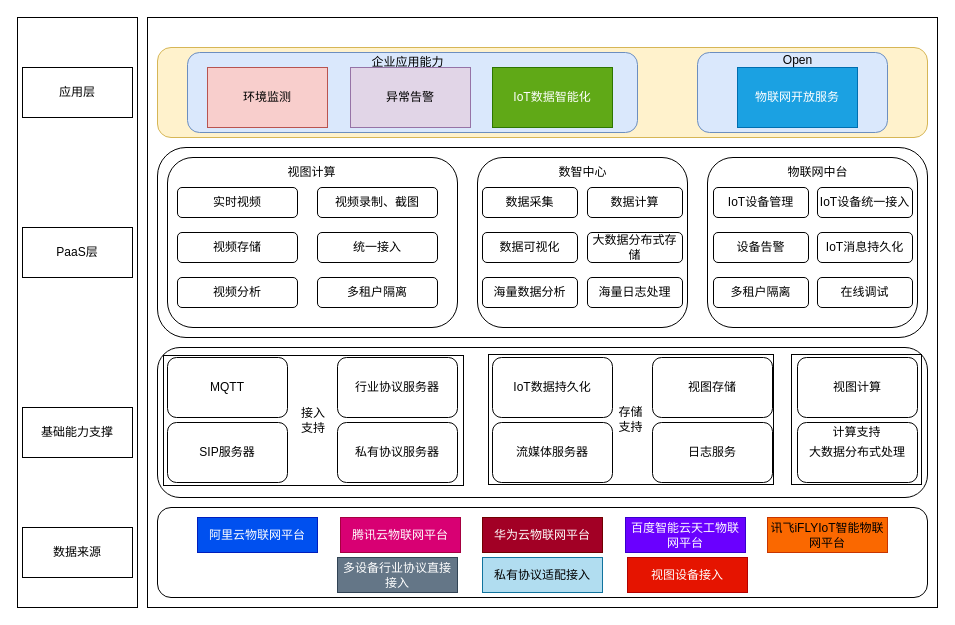
Before: 数智化中心IOT规划.drawio in Rain-ziyu/img, a draw.io diagram. Source tidied: cells renumbered, new cells numbered last; positions are measured from the earlier drawing's top-left corner, leaving out a move shared by most shapes. Both pictures are drawn from the tidied source at 100%, with x=0, y=0 at pixel (17, 17).
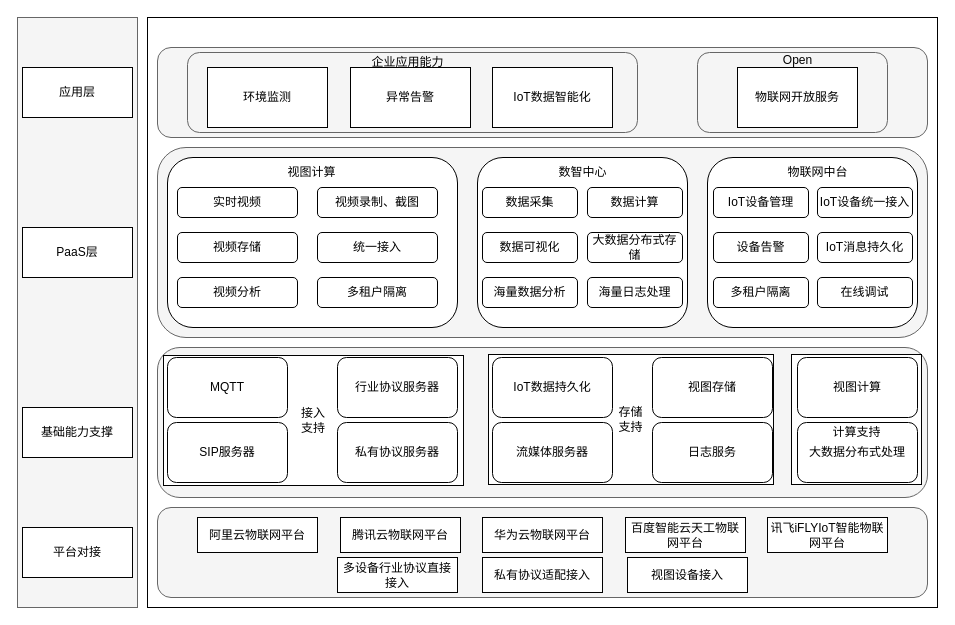
Above is the later version.

Commit message:
更新数智化中心IOT规划.drawio

The change refers to these unchanged cells:
```xml
<mxCell id="30" style="group;" parent="1" vertex="1">
  <mxGeometry x="190" y="50" width="405" height="60" as="geometry" />
</mxCell>
<mxCell id="37" style="group;" parent="36" vertex="1">
  <mxGeometry width="690" height="35" as="geometry" />
</mxCell>
<mxCell id="43" style="group;" parent="36" vertex="1">
  <mxGeometry x="140" y="40" width="410" height="35" as="geometry" />
</mxCell>
```

Change to the diagram source:
```diff
@@
-    <mxCell id="3" style="rounded=1;whiteSpace=wrap;html=1;" parent="1" vertex="1">
+    <mxCell id="3" style="rounded=1;whiteSpace=wrap;html=1;fillColor=#f5f5f5;fontColor=#333333;strokeColor=#666666;" parent="1" vertex="1">
       <mxGeometry x="140" y="330" width="770" height="150" as="geometry" />
     </mxCell>
-    <mxCell id="4" style="rounded=0;whiteSpace=wrap;html=1;" parent="1" vertex="1">
+    <mxCell id="4" style="rounded=0;whiteSpace=wrap;html=1;fillColor=#f5f5f5;fontColor=#333333;strokeColor=#666666;" parent="1" vertex="1">
       <mxGeometry width="120" height="590" as="geometry" />
     </mxCell>
-    <mxCell id="5" value="数据来源" style="rounded=0;whiteSpace=wrap;html=1;" parent="1" vertex="1">
+    <mxCell id="5" value="平台对接" style="rounded=0;whiteSpace=wrap;html=1;" parent="1" vertex="1">
       <mxGeometry x="5" y="510" width="110" height="50" as="geometry" />
     </mxCell>
@@
-    <mxCell id="9" style="rounded=1;whiteSpace=wrap;html=1;fillColor=#fff2cc;strokeColor=#d6b656;" parent="1" vertex="1">
+    <mxCell id="9" style="rounded=1;whiteSpace=wrap;html=1;fillColor=#f5f5f5;fontColor=#333333;strokeColor=#666666;" parent="1" vertex="1">
       <mxGeometry x="140" y="30" width="770" height="90" as="geometry" />
     </mxCell>
@@
-    <mxCell id="25" style="rounded=1;whiteSpace=wrap;html=1;fillColor=#dae8fc;strokeColor=#6c8ebf;" parent="1" vertex="1">
+    <mxCell id="25" style="rounded=1;whiteSpace=wrap;html=1;fillColor=#f5f5f5;fontColor=#333333;strokeColor=#666666;" parent="1" vertex="1">
       <mxGeometry x="680" y="35" width="190" height="80" as="geometry" />
     </mxCell>
-    <mxCell id="26" value="物联网开放服务" style="rounded=0;whiteSpace=wrap;html=1;fillColor=#1ba1e2;fontColor=#ffffff;strokeColor=#006EAF;" parent="1" vertex="1">
+    <mxCell id="26" value="物联网开放服务" style="rounded=0;whiteSpace=wrap;html=1;" parent="1" vertex="1">
       <mxGeometry x="720" y="50" width="120" height="60" as="geometry" />
     </mxCell>
-    <mxCell id="27" value="Open" style="text;html=1;align=center;verticalAlign=middle;strokeColor=none;fillColor=none;" parent="1" vertex="1">
+    <mxCell id="27" value="Open" style="text;html=1;align=center;verticalAlign=middle;" parent="1" vertex="1">
       <mxGeometry x="755" y="28" width="50" height="30" as="geometry" />
     </mxCell>
-    <mxCell id="28" style="rounded=1;whiteSpace=wrap;html=1;fillColor=#dae8fc;strokeColor=#6c8ebf;" parent="1" vertex="1">
+    <mxCell id="28" style="rounded=1;whiteSpace=wrap;html=1;fillColor=#f5f5f5;fontColor=#333333;strokeColor=#666666;" parent="1" vertex="1">
       <mxGeometry x="170" y="35" width="450" height="80" as="geometry" />
     </mxCell>
-    <mxCell id="29" value="企业应用能力" style="text;html=1;align=center;verticalAlign=middle;strokeColor=none;fillColor=none;" parent="1" vertex="1">
+    <mxCell id="29" value="企业应用能力" style="text;html=1;align=center;verticalAlign=middle;" parent="1" vertex="1">
       <mxGeometry x="340" y="30" width="100" height="30" as="geometry" />
     </mxCell>
@@
-    <mxCell id="31" value="环境监测" style="rounded=0;whiteSpace=wrap;html=1;fillColor=#f8cecc;strokeColor=#b85450;" parent="30" vertex="1">
+    <mxCell id="31" value="环境监测" style="rounded=0;whiteSpace=wrap;html=1;" parent="30" vertex="1">
       <mxGeometry width="120" height="60" as="geometry" />
     </mxCell>
-    <mxCell id="32" value="异常告警" style="rounded=0;whiteSpace=wrap;html=1;fillColor=#e1d5e7;strokeColor=#9673a6;" parent="30" vertex="1">
+    <mxCell id="32" value="异常告警" style="rounded=0;whiteSpace=wrap;html=1;" parent="30" vertex="1">
       <mxGeometry x="143" width="120" height="60" as="geometry" />
     </mxCell>
-    <mxCell id="33" value="IoT数据智能化" style="rounded=0;whiteSpace=wrap;html=1;fillColor=#60a917;fontColor=#ffffff;strokeColor=#2D7600;" parent="30" vertex="1">
+    <mxCell id="33" value="IoT数据智能化" style="rounded=0;whiteSpace=wrap;html=1;" parent="30" vertex="1">
       <mxGeometry x="285" width="120" height="60" as="geometry" />
     </mxCell>
-    <mxCell id="34" style="rounded=1;whiteSpace=wrap;html=1;" parent="1" vertex="1">
+    <mxCell id="34" style="rounded=1;whiteSpace=wrap;html=1;fillColor=#f5f5f5;fontColor=#333333;strokeColor=#666666;" parent="1" vertex="1">
       <mxGeometry x="140" y="130" width="770" height="190" as="geometry" />
     </mxCell>
-    <mxCell id="35" style="rounded=1;whiteSpace=wrap;html=1;" parent="1" vertex="1">
+    <mxCell id="35" style="rounded=1;whiteSpace=wrap;html=1;fillColor=#f5f5f5;fontColor=#333333;strokeColor=#666666;" parent="1" vertex="1">
       <mxGeometry x="140" y="490" width="770" height="90" as="geometry" />
     </mxCell>
@@
-    <mxCell id="38" value="阿里云物联网平台" style="rounded=0;whiteSpace=wrap;html=1;fillColor=#0050ef;fontColor=#ffffff;strokeColor=#001DBC;" parent="37" vertex="1">
+    <mxCell id="38" value="阿里云物联网平台" style="rounded=0;whiteSpace=wrap;html=1;" parent="37" vertex="1">
       <mxGeometry width="120" height="35" as="geometry" />
     </mxCell>
-    <mxCell id="39" value="腾讯云物联网平台" style="rounded=0;whiteSpace=wrap;html=1;fillColor=#d80073;fontColor=#ffffff;strokeColor=#A50040;" parent="37" vertex="1">
+    <mxCell id="39" value="腾讯云物联网平台" style="rounded=0;whiteSpace=wrap;html=1;" parent="37" vertex="1">
       <mxGeometry x="143" width="120" height="35" as="geometry" />
     </mxCell>
-    <mxCell id="40" value="华为云物联网平台" style="rounded=0;whiteSpace=wrap;html=1;fillColor=#a20025;fontColor=#ffffff;strokeColor=#6F0000;" parent="37" vertex="1">
+    <mxCell id="40" value="华为云物联网平台" style="rounded=0;whiteSpace=wrap;html=1;" parent="37" vertex="1">
       <mxGeometry x="285" width="120" height="35" as="geometry" />
     </mxCell>
-    <mxCell id="41" value="百度智能云天工物联网平台" style="rounded=0;whiteSpace=wrap;html=1;fillColor=#6a00ff;fontColor=#ffffff;strokeColor=#3700CC;" parent="37" vertex="1">
+    <mxCell id="41" value="百度智能云天工物联网平台" style="rounded=0;whiteSpace=wrap;html=1;" parent="37" vertex="1">
       <mxGeometry x="428" width="120" height="35" as="geometry" />
     </mxCell>
-    <mxCell id="42" value="讯飞iFLYIoT智能物联网平台" style="rounded=0;whiteSpace=wrap;html=1;fillColor=#fa6800;fontColor=#000000;strokeColor=#C73500;" parent="37" vertex="1">
+    <mxCell id="42" value="讯飞iFLYIoT智能物联网平台" style="rounded=0;whiteSpace=wrap;html=1;" parent="37" vertex="1">
       <mxGeometry x="570" width="120" height="35" as="geometry" />
     </mxCell>
@@
-    <mxCell id="44" value="多设备行业协议直接接入" style="rounded=0;whiteSpace=wrap;html=1;fillColor=#647687;fontColor=#ffffff;strokeColor=#314354;" parent="43" vertex="1">
+    <mxCell id="44" value="多设备行业协议直接接入" style="rounded=0;whiteSpace=wrap;html=1;" parent="43" vertex="1">
       <mxGeometry width="120" height="35" as="geometry" />
     </mxCell>
-    <mxCell id="45" value="私有协议适配接入" style="rounded=0;whiteSpace=wrap;html=1;fillColor=#b1ddf0;strokeColor=#10739e;" parent="43" vertex="1">
+    <mxCell id="45" value="私有协议适配接入" style="rounded=0;whiteSpace=wrap;html=1;" parent="43" vertex="1">
       <mxGeometry x="145" width="120" height="35" as="geometry" />
     </mxCell>
-    <mxCell id="46" value="视图设备接入" style="rounded=0;whiteSpace=wrap;html=1;fillColor=#e51400;fontColor=#ffffff;strokeColor=#B20000;" parent="43" vertex="1">
+    <mxCell id="46" value="视图设备接入" style="rounded=0;whiteSpace=wrap;html=1;" parent="43" vertex="1">
       <mxGeometry x="290" width="120" height="35" as="geometry" />
     </mxCell>
```
